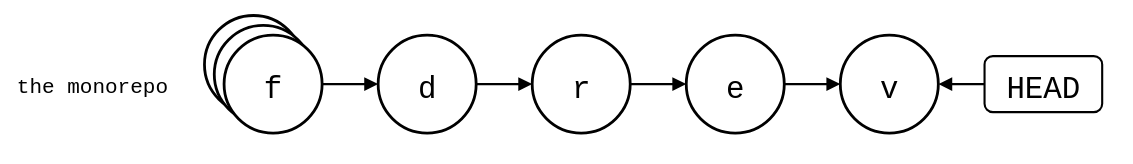
roschaefer/git-splice keeps this draw.io diagram as docs/05-comparisons/02-third-party/josh-release.drawio.svg. Above is the earlier version. Source tidied: cells renumbered, new cells last; positions are measured from the earlier drawing's top-left corner, leaving out a move shared by most shapes.
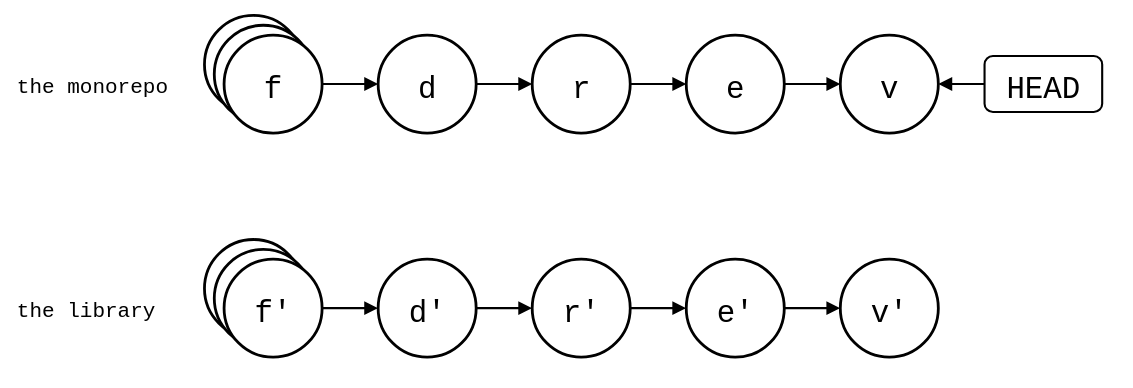
The same diagram one commit later.

Commit message:
docs(comparisons): show the library under each Josh monorepo drawing

Diff of the diagram source:
```diff
@@ -44,5 +44,41 @@
     <mxCell id="15" style="endArrow=block;endFill=1;html=1;strokeWidth=1.5;rounded=0;" parent="1" edge="1" source="8" target="9">
       <mxGeometry relative="1" as="geometry" />
     </mxCell>
+    <mxCell id="16" value="the library" style="text;strokeColor=none;fillColor=none;align=left;verticalAlign=middle;fontSize=15;fontFamily=Roboto Mono,monospace;" parent="1" vertex="1">
+      <mxGeometry y="194" width="130" height="30" as="geometry" />
+    </mxCell>
+    <mxCell id="17" style="shape=ellipse;strokeWidth=2;fontSize=22;fontFamily=Roboto Mono,monospace;" parent="1" vertex="1">
+      <mxGeometry x="136" y="160" width="70" height="70" as="geometry" />
+    </mxCell>
+    <mxCell id="18" style="shape=ellipse;strokeWidth=2;fontSize=22;fontFamily=Roboto Mono,monospace;" parent="1" vertex="1">
+      <mxGeometry x="143" y="167" width="70" height="70" as="geometry" />
+    </mxCell>
+    <mxCell id="19" value="f'" style="ellipse;strokeWidth=2;fontSize=22;fontFamily=Roboto Mono,monospace;" parent="1" vertex="1">
+      <mxGeometry x="150" y="174" width="70" height="70" as="geometry" />
+    </mxCell>
+    <mxCell id="20" value="d'" style="ellipse;strokeWidth=2;fontSize=22;fontFamily=Roboto Mono,monospace;" parent="1" vertex="1">
+      <mxGeometry x="260" y="174" width="70" height="70" as="geometry" />
+    </mxCell>
+    <mxCell id="21" style="endArrow=block;endFill=1;html=1;strokeWidth=1.5;rounded=0;" parent="1" edge="1" source="19" target="20">
+      <mxGeometry relative="1" as="geometry" />
+    </mxCell>
+    <mxCell id="22" value="r'" style="ellipse;strokeWidth=2;fontSize=22;fontFamily=Roboto Mono,monospace;" parent="1" vertex="1">
+      <mxGeometry x="370" y="174" width="70" height="70" as="geometry" />
+    </mxCell>
+    <mxCell id="23" style="endArrow=block;endFill=1;html=1;strokeWidth=1.5;rounded=0;" parent="1" edge="1" source="20" target="22">
+      <mxGeometry relative="1" as="geometry" />
+    </mxCell>
+    <mxCell id="24" value="e'" style="ellipse;strokeWidth=2;fontSize=22;fontFamily=Roboto Mono,monospace;" parent="1" vertex="1">
+      <mxGeometry x="480" y="174" width="70" height="70" as="geometry" />
+    </mxCell>
+    <mxCell id="25" style="endArrow=block;endFill=1;html=1;strokeWidth=1.5;rounded=0;" parent="1" edge="1" source="22" target="24">
+      <mxGeometry relative="1" as="geometry" />
+    </mxCell>
+    <mxCell id="26" value="v'" style="ellipse;strokeWidth=2;fontSize=22;fontFamily=Roboto Mono,monospace;" parent="1" vertex="1">
+      <mxGeometry x="590" y="174" width="70" height="70" as="geometry" />
+    </mxCell>
+    <mxCell id="27" style="endArrow=block;endFill=1;html=1;strokeWidth=1.5;rounded=0;" parent="1" edge="1" source="24" target="26">
+      <mxGeometry relative="1" as="geometry" />
+    </mxCell>
   </root>
 </mxGraphModel>
```
